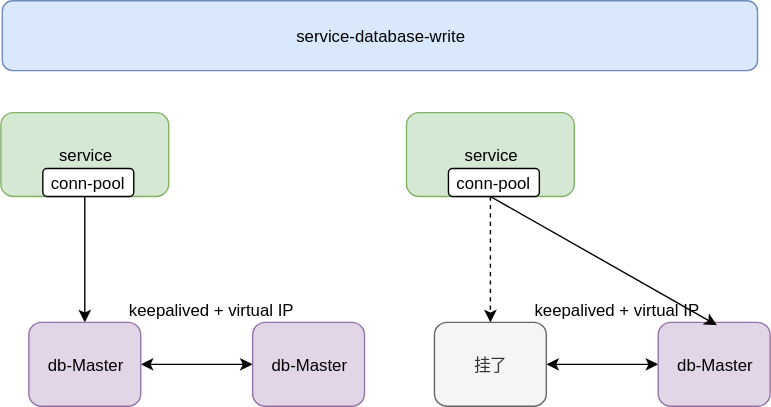
Before: 19-基础设施/00-网关/00-Nginx/images/serivice-database-write.svg, a diagram exported from draw.io (cd-home/Root). Source tidied: cells renumbered, new cells last; positions are measured from the earlier drawing's top-left corner, leaving out a move shared by most shapes.
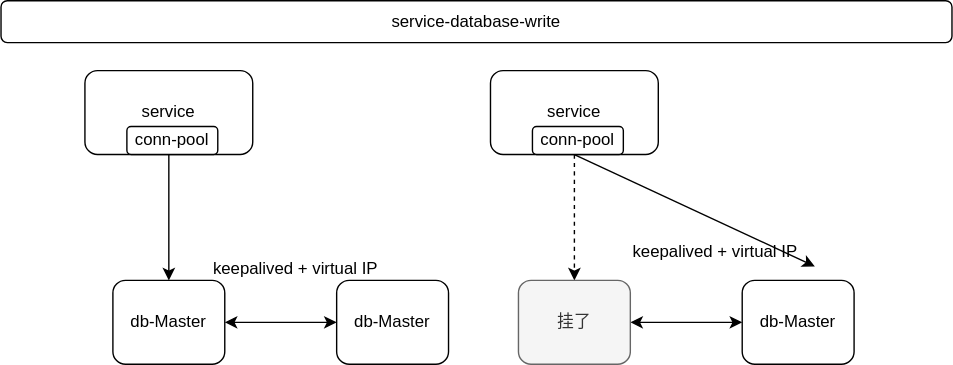
The same file after the commit.

The edit, as a diff of the source:
```diff
@@ -2,22 +2,22 @@
   <root>
     <mxCell id="0" />
     <mxCell id="1" parent="0" />
-    <mxCell id="2" value="service-database-write" style="rounded=1;whiteSpace=wrap;html=1;fillColor=#dae8fc;strokeColor=#6c8ebf;" parent="1" vertex="1">
-      <mxGeometry x="1" width="540" height="50" as="geometry" />
+    <mxCell id="2" value="service-database-write" style="rounded=1;whiteSpace=wrap;html=1;" parent="1" vertex="1">
+      <mxGeometry x="-60" y="30" width="680" height="30" as="geometry" />
     </mxCell>
     <mxCell id="3" style="edgeStyle=orthogonalEdgeStyle;rounded=0;jettySize=auto;html=1;startArrow=none;startFill=0;" parent="1" edge="1" source="4" target="6">
       <mxGeometry relative="1" as="geometry" />
     </mxCell>
-    <mxCell id="4" value="service" style="rounded=1;whiteSpace=wrap;html=1;fillColor=#d5e8d4;strokeColor=#82b366;" parent="1" vertex="1">
+    <mxCell id="4" value="service" style="rounded=1;whiteSpace=wrap;html=1;" parent="1" vertex="1">
       <mxGeometry y="80" width="120" height="60" as="geometry" />
     </mxCell>
     <mxCell id="5" style="edgeStyle=orthogonalEdgeStyle;rounded=0;jettySize=auto;html=1;startArrow=classic;startFill=1;" parent="1" edge="1" source="6" target="7">
       <mxGeometry relative="1" as="geometry" />
     </mxCell>
-    <mxCell id="6" value="db-Master" style="rounded=1;whiteSpace=wrap;html=1;fillColor=#e1d5e7;strokeColor=#9673a6;" parent="1" vertex="1">
+    <mxCell id="6" value="db-Master" style="rounded=1;whiteSpace=wrap;html=1;" parent="1" vertex="1">
       <mxGeometry x="20" y="230" width="80" height="60" as="geometry" />
     </mxCell>
-    <mxCell id="7" value="db-Master" style="rounded=1;whiteSpace=wrap;html=1;fillColor=#e1d5e7;strokeColor=#9673a6;" parent="1" vertex="1">
+    <mxCell id="7" value="db-Master" style="rounded=1;whiteSpace=wrap;html=1;" parent="1" vertex="1">
       <mxGeometry x="180" y="230" width="80" height="60" as="geometry" />
     </mxCell>
     <mxCell id="8" value="conn-pool" style="rounded=1;whiteSpace=wrap;html=1;" parent="1" vertex="1">
@@ -29,7 +29,7 @@
     <mxCell id="10" style="edgeStyle=orthogonalEdgeStyle;rounded=0;jettySize=auto;html=1;startArrow=none;startFill=0;dashed=1;" parent="1" edge="1" source="11" target="13">
       <mxGeometry relative="1" as="geometry" />
     </mxCell>
-    <mxCell id="11" value="service" style="rounded=1;whiteSpace=wrap;html=1;fillColor=#d5e8d4;strokeColor=#82b366;" parent="1" vertex="1">
+    <mxCell id="11" value="service" style="rounded=1;whiteSpace=wrap;html=1;" parent="1" vertex="1">
       <mxGeometry x="290" y="80" width="120" height="60" as="geometry" />
     </mxCell>
     <mxCell id="12" style="edgeStyle=orthogonalEdgeStyle;rounded=0;jettySize=auto;html=1;startArrow=classic;startFill=1;" parent="1" edge="1" source="13" target="14">
@@ -38,14 +38,14 @@
     <mxCell id="13" value="挂了" style="rounded=1;whiteSpace=wrap;html=1;fillColor=#f5f5f5;strokeColor=#666666;fontColor=#333333;" parent="1" vertex="1">
       <mxGeometry x="310" y="230" width="80" height="60" as="geometry" />
     </mxCell>
-    <mxCell id="14" value="db-Master" style="rounded=1;whiteSpace=wrap;html=1;fillColor=#e1d5e7;strokeColor=#9673a6;" parent="1" vertex="1">
+    <mxCell id="14" value="db-Master" style="rounded=1;whiteSpace=wrap;html=1;" parent="1" vertex="1">
       <mxGeometry x="470" y="230" width="80" height="60" as="geometry" />
     </mxCell>
     <mxCell id="15" value="conn-pool" style="rounded=1;whiteSpace=wrap;html=1;" parent="1" vertex="1">
       <mxGeometry x="320" y="120" width="65" height="20" as="geometry" />
     </mxCell>
     <mxCell id="16" value="keepalived + virtual IP" style="text;html=1;points=[];align=left;verticalAlign=top;spacingTop=-4;" parent="1" vertex="1">
-      <mxGeometry x="380" y="212" width="130" height="20" as="geometry" />
+      <mxGeometry x="390" y="200" width="130" height="20" as="geometry" />
     </mxCell>
     <mxCell id="17" style="endArrow=classic;html=1;entryX=1.015;entryY=1;entryDx=0;entryDy=0;entryPerimeter=0;" parent="1" edge="1" target="16">
       <mxGeometry relative="1" as="geometry">
```
